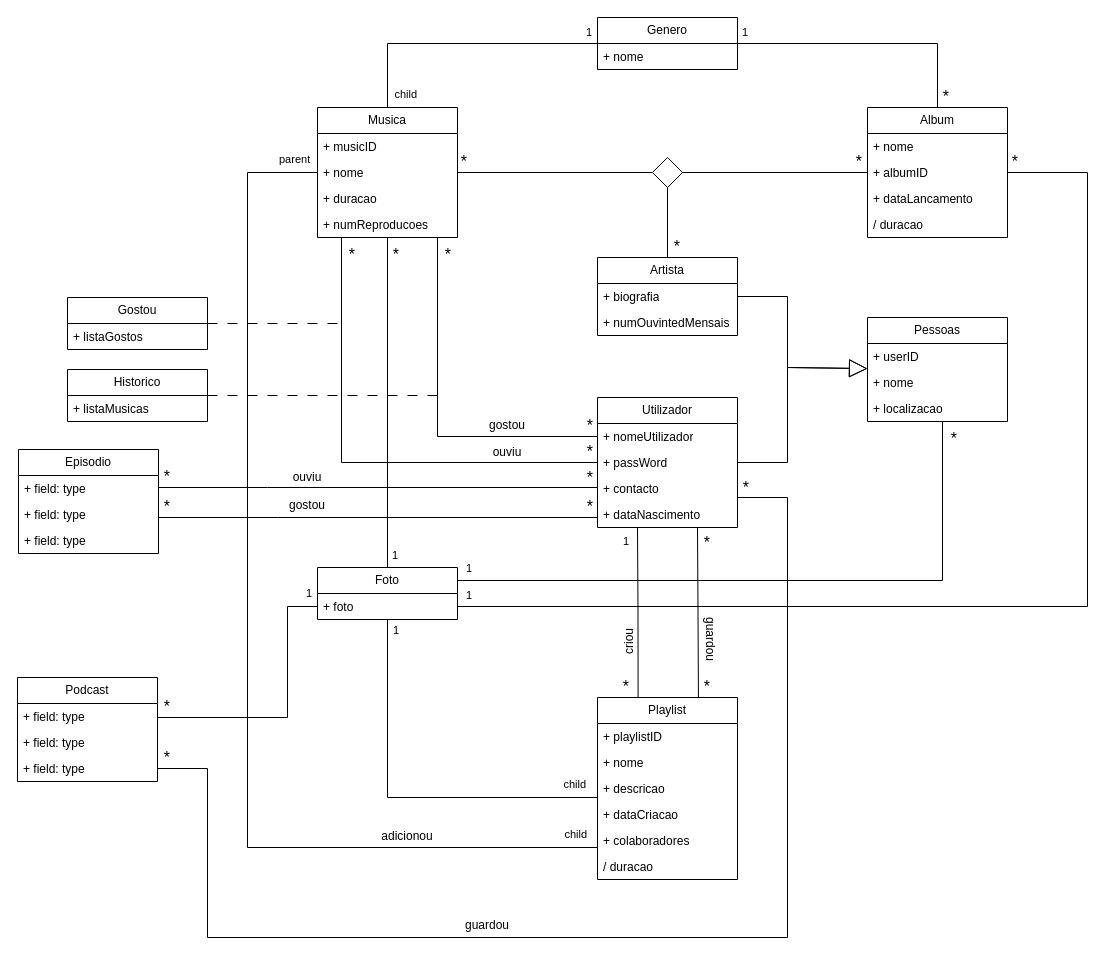
Earlier version of the draw.io diagram BDmusic.drawio (PedroLunet/database). Source tidied: cells renumbered, new cells numbered last; positions are measured from the earlier drawing's top-left corner, leaving out a move shared by most shapes. Both pictures are drawn from the tidied source at 100%, with x=0, y=0 at pixel (17, 17).
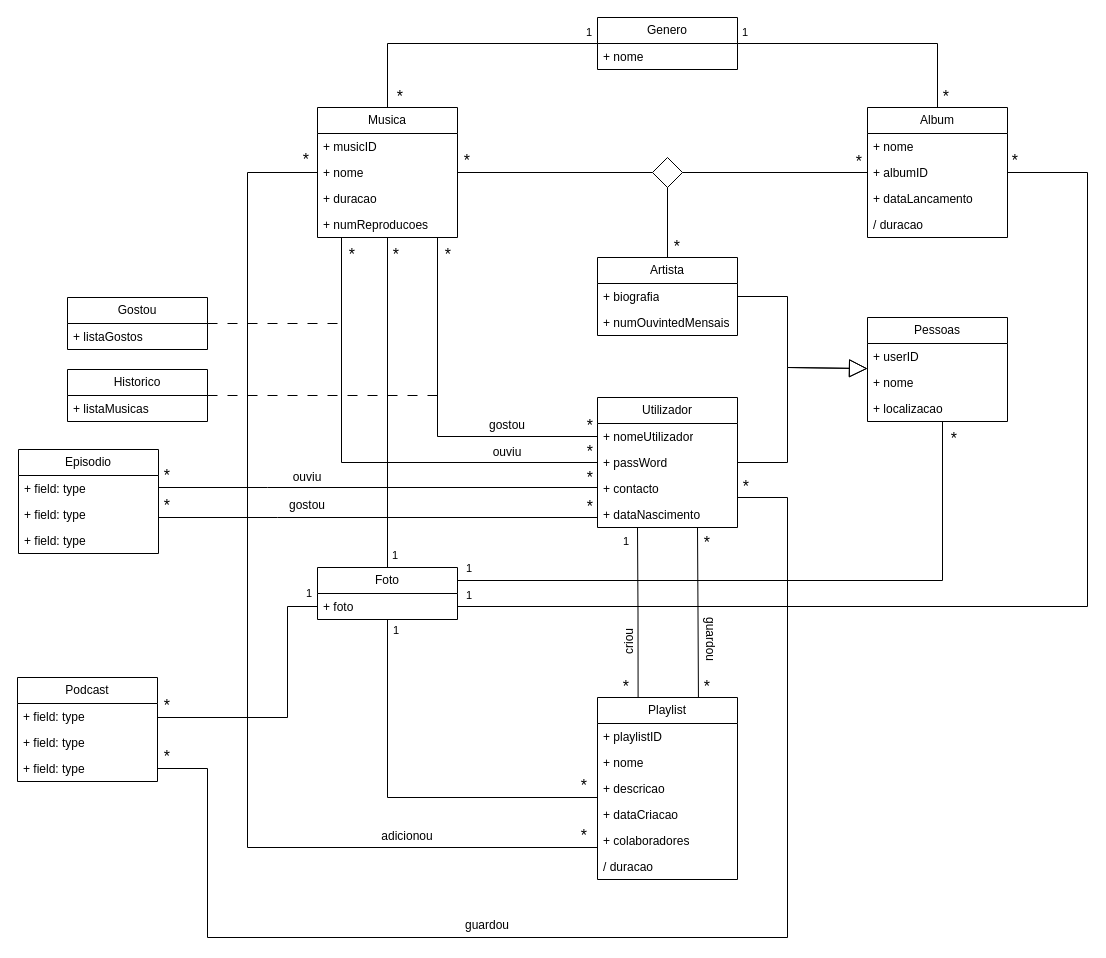
The same diagram, later.

The change refers to these unchanged cells:
```xml
<mxCell id="34" style="endArrow=none;html=1;edgeStyle=orthogonalEdgeStyle;rounded=0;" parent="1" edge="1" source="32" target="20">
  <mxGeometry relative="1" as="geometry" />
</mxCell>
<mxCell id="60" style="endArrow=none;html=1;edgeStyle=orthogonalEdgeStyle;rounded=0;" parent="1" edge="1" source="16" target="50">
  <mxGeometry relative="1" as="geometry">
    <Array as="points">
      <mxPoint x="370" y="780" />
    </Array>
  </mxGeometry>
</mxCell>
<mxCell id="63" style="endArrow=none;html=1;edgeStyle=orthogonalEdgeStyle;rounded=0;" parent="1" edge="1" source="20" target="50">
  <mxGeometry relative="1" as="geometry">
    <Array as="points">
      <mxPoint x="230" y="155" />
      <mxPoint x="230" y="830" />
    </Array>
  </mxGeometry>
</mxCell>
```

Diff of the diagram source:
```diff
@@
-    <mxCell id="36" value="child" style="edgeLabel;html=1;align=right;verticalAlign=bottom;" parent="34" vertex="1">
-      <mxGeometry x="1" relative="1" as="geometry">
-        <mxPoint x="30" y="-5" as="offset" />
-      </mxGeometry>
-    </mxCell>
@@
-    <mxCell id="62" value="child" style="edgeLabel;html=1;align=right;verticalAlign=bottom;" parent="60" vertex="1">
-      <mxGeometry x="1" relative="1" as="geometry">
-        <mxPoint x="-11" y="-5" as="offset" />
-      </mxGeometry>
-    </mxCell>
@@
-    <mxCell id="64" value="parent" style="edgeLabel;html=1;align=left;verticalAlign=bottom;" parent="63" vertex="1">
-      <mxGeometry x="-1" relative="1" as="geometry">
-        <mxPoint x="-40" y="-5" as="offset" />
-      </mxGeometry>
-    </mxCell>
-    <mxCell id="65" value="child" style="edgeLabel;html=1;align=right;verticalAlign=bottom;" parent="63" vertex="1">
-      <mxGeometry x="1" relative="1" as="geometry">
-        <mxPoint x="-10" y="-5" as="offset" />
-      </mxGeometry>
-    </mxCell>
@@
     <mxCell id="91" value="&lt;font size=&quot;1&quot;&gt;&lt;sub style=&quot;font-size: 16px;&quot;&gt;*&lt;/sub&gt;&lt;/font&gt;" style="edgeLabel;html=1;align=right;verticalAlign=bottom;" parent="1" vertex="1">
-      <mxGeometry x="1001" y="155" as="geometry" />
+      <mxGeometry x="1001" y="154" as="geometry" />
     </mxCell>
     <mxCell id="92" value="&lt;font size=&quot;1&quot;&gt;&lt;sub style=&quot;font-size: 16px;&quot;&gt;*&lt;/sub&gt;&lt;/font&gt;" style="edgeLabel;html=1;align=right;verticalAlign=bottom;" parent="1" vertex="1">
-      <mxGeometry x="450" y="155" as="geometry" />
+      <mxGeometry x="453" y="154" as="geometry" />
     </mxCell>
@@
     <mxCell id="102" value="&lt;font size=&quot;1&quot;&gt;&lt;sub style=&quot;font-size: 16px;&quot;&gt;*&lt;/sub&gt;&lt;/font&gt;" style="edgeLabel;html=1;align=right;verticalAlign=bottom;" parent="1" vertex="1">
-      <mxGeometry x="153" y="470" as="geometry" />
+      <mxGeometry x="153" y="469" as="geometry" />
     </mxCell>
     <mxCell id="103" value="&lt;font size=&quot;1&quot;&gt;&lt;sub style=&quot;font-size: 16px;&quot;&gt;*&lt;/sub&gt;&lt;/font&gt;" style="edgeLabel;html=1;align=right;verticalAlign=bottom;" parent="1" vertex="1">
-      <mxGeometry x="153" y="500" as="geometry" />
+      <mxGeometry x="153" y="499" as="geometry" />
     </mxCell>
@@
     <mxCell id="108" value="&lt;font size=&quot;1&quot;&gt;&lt;sub style=&quot;font-size: 16px;&quot;&gt;*&lt;/sub&gt;&lt;/font&gt;" style="edgeLabel;html=1;align=right;verticalAlign=bottom;" parent="1" vertex="1">
-      <mxGeometry x="153" y="700" as="geometry" />
+      <mxGeometry x="153" y="699" as="geometry" />
     </mxCell>
     <mxCell id="109" value="&lt;font size=&quot;1&quot;&gt;&lt;sub style=&quot;font-size: 16px;&quot;&gt;*&lt;/sub&gt;&lt;/font&gt;" style="edgeLabel;html=1;align=right;verticalAlign=bottom;" parent="1" vertex="1">
-      <mxGeometry x="153" y="751" as="geometry" />
+      <mxGeometry x="153" y="750" as="geometry" />
     </mxCell>
     <mxCell id="110" value="&lt;font size=&quot;1&quot;&gt;&lt;sub style=&quot;font-size: 16px;&quot;&gt;*&lt;/sub&gt;&lt;/font&gt;" style="edgeLabel;html=1;align=right;verticalAlign=bottom;" parent="1" vertex="1">
-      <mxGeometry x="732" y="481" as="geometry" />
+      <mxGeometry x="732" y="480" as="geometry" />
     </mxCell>
+    <mxCell id="111" value="&lt;font size=&quot;1&quot;&gt;&lt;sub style=&quot;font-size: 16px;&quot;&gt;*&lt;/sub&gt;&lt;/font&gt;" style="edgeLabel;html=1;align=right;verticalAlign=bottom;" parent="1" vertex="1">
+      <mxGeometry x="570" y="829" as="geometry" />
+    </mxCell>
+    <mxCell id="112" value="&lt;font size=&quot;1&quot;&gt;&lt;sub style=&quot;font-size: 16px;&quot;&gt;*&lt;/sub&gt;&lt;/font&gt;" style="edgeLabel;html=1;align=right;verticalAlign=bottom;" parent="1" vertex="1">
+      <mxGeometry x="570" y="779" as="geometry" />
+    </mxCell>
+    <mxCell id="113" value="&lt;font size=&quot;1&quot;&gt;&lt;sub style=&quot;font-size: 16px;&quot;&gt;*&lt;/sub&gt;&lt;/font&gt;" style="edgeLabel;html=1;align=right;verticalAlign=bottom;" parent="1" vertex="1">
+      <mxGeometry x="292" y="153" as="geometry" />
+    </mxCell>
+    <mxCell id="114" value="&lt;font size=&quot;1&quot;&gt;&lt;sub style=&quot;font-size: 16px;&quot;&gt;*&lt;/sub&gt;&lt;/font&gt;" style="edgeLabel;html=1;align=right;verticalAlign=bottom;" parent="1" vertex="1">
+      <mxGeometry x="386" y="90" as="geometry" />
+    </mxCell>
```
